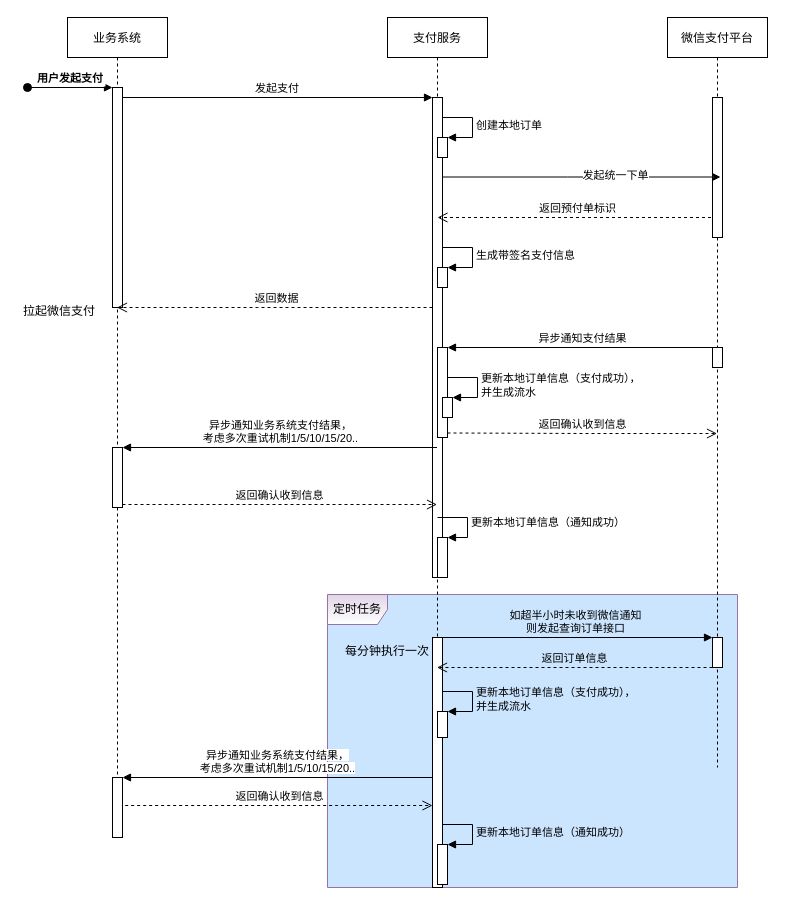
Above: page "支付流程" (2 of 4) of 基础服务-交易.drawio in juesuchen/diagrams (draw.io), before the change. Source tidied: cells renumbered, new cells numbered last; positions are measured from the earlier drawing's top-left corner, leaving out a move shared by most shapes. Both pictures are drawn from the tidied source at 100%, with x=0, y=0 at pixel (17, 17).
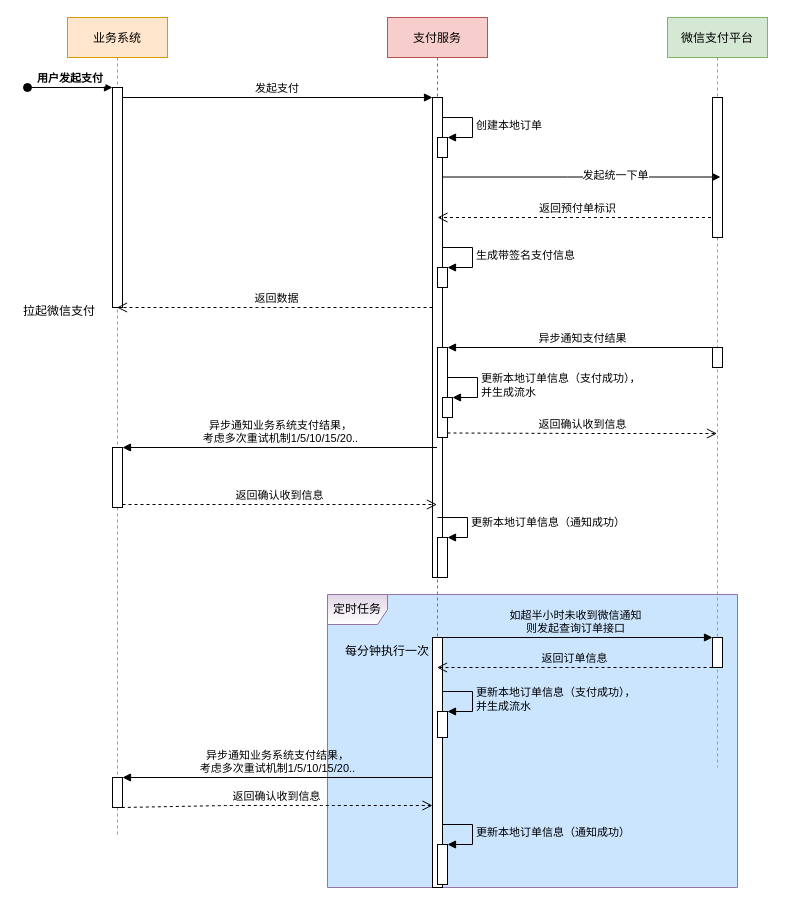
Above is the later version.

The change refers to these unchanged cells:
```xml
<mxCell id="20" style="html=1;points=[];perimeter=orthogonalPerimeter;" parent="8" vertex="1">
  <mxGeometry x="45" y="620" width="10" height="250" as="geometry" />
</mxCell>
```

Diff of the diagram source:
```diff
@@
-    <mxCell id="3" value="业务系统" style="shape=umlLifeline;perimeter=lifelinePerimeter;rounded=0;shadow=0;strokeWidth=1;" parent="1" vertex="1">
+    <mxCell id="3" value="业务系统" style="shape=umlLifeline;perimeter=lifelinePerimeter;rounded=0;shadow=0;strokeWidth=1;fillColor=#ffe6cc;strokeColor=#d79b00;" parent="1" vertex="1">
       <mxGeometry x="50" width="100" height="820" as="geometry" />
     </mxCell>
@@
     <mxCell id="7" style="html=1;points=[];perimeter=orthogonalPerimeter;gradientColor=#ffffff;" parent="3" vertex="1">
-      <mxGeometry x="45" y="760" width="10" height="60" as="geometry" />
+      <mxGeometry x="45" y="760" width="10" height="30" as="geometry" />
     </mxCell>
-    <mxCell id="8" value="支付服务" style="shape=umlLifeline;perimeter=lifelinePerimeter;rounded=0;shadow=0;strokeWidth=1;" parent="1" vertex="1">
+    <mxCell id="8" value="支付服务" style="shape=umlLifeline;perimeter=lifelinePerimeter;rounded=0;shadow=0;strokeWidth=1;fillColor=#f8cecc;strokeColor=#b85450;" parent="1" vertex="1">
       <mxGeometry x="370" width="100" height="870" as="geometry" />
     </mxCell>
@@
-    <mxCell id="26" value="微信支付平台" style="shape=umlLifeline;perimeter=lifelinePerimeter;rounded=0;shadow=0;strokeWidth=1;" parent="1" vertex="1">
+    <mxCell id="26" value="微信支付平台" style="shape=umlLifeline;perimeter=lifelinePerimeter;rounded=0;shadow=0;strokeWidth=1;fillColor=#d5e8d4;strokeColor=#82b366;" parent="1" vertex="1">
       <mxGeometry x="650" width="100" height="750" as="geometry" />
     </mxCell>
@@
-    <mxCell id="41" value="&lt;span style=&quot;background-color: rgb(255 , 255 , 255)&quot;&gt;异步通知业务系统支付结果，&lt;/span&gt;&lt;br&gt;&lt;span style=&quot;background-color: rgb(255 , 255 , 255)&quot;&gt;考虑多次重试机制1/5/10/15/20..&lt;/span&gt;" style="html=1;verticalAlign=bottom;endArrow=block;entryX=1;entryY=0;labelBackgroundColor=none;" parent="1" edge="1" source="20" target="7">
+    <mxCell id="41" value="&lt;span style=&quot;&quot;&gt;异步通知业务系统支付结果，&lt;/span&gt;&lt;br&gt;&lt;span style=&quot;&quot;&gt;考虑多次重试机制1/5/10/15/20..&lt;/span&gt;" style="html=1;verticalAlign=bottom;endArrow=block;entryX=1;entryY=0;labelBackgroundColor=none;" parent="1" edge="1" source="20" target="7">
       <mxGeometry relative="1" as="geometry" />
     </mxCell>
-    <mxCell id="42" value="&lt;span style=&quot;background-color: rgb(255 , 255 , 255)&quot;&gt;返回确认收到信息&lt;/span&gt;" style="html=1;verticalAlign=bottom;endArrow=open;dashed=1;endSize=8;exitX=1.267;exitY=0.467;labelBackgroundColor=none;exitDx=0;exitDy=0;exitPerimeter=0;" parent="1" edge="1" source="7" target="20">
+    <mxCell id="42" value="&lt;span style=&quot;background-color: rgb(255 , 255 , 255)&quot;&gt;返回确认收到信息&lt;/span&gt;" style="html=1;verticalAlign=bottom;endArrow=open;dashed=1;endSize=8;exitX=0.933;exitY=1;labelBackgroundColor=none;exitDx=0;exitDy=0;exitPerimeter=0;" parent="1" edge="1" source="7" target="20">
       <mxGeometry relative="1" as="geometry">
         <Array as="points">
           <mxPoint x="210" y="788" />
           <mxPoint x="310" y="788" />
         </Array>
       </mxGeometry>
     </mxCell>
```
